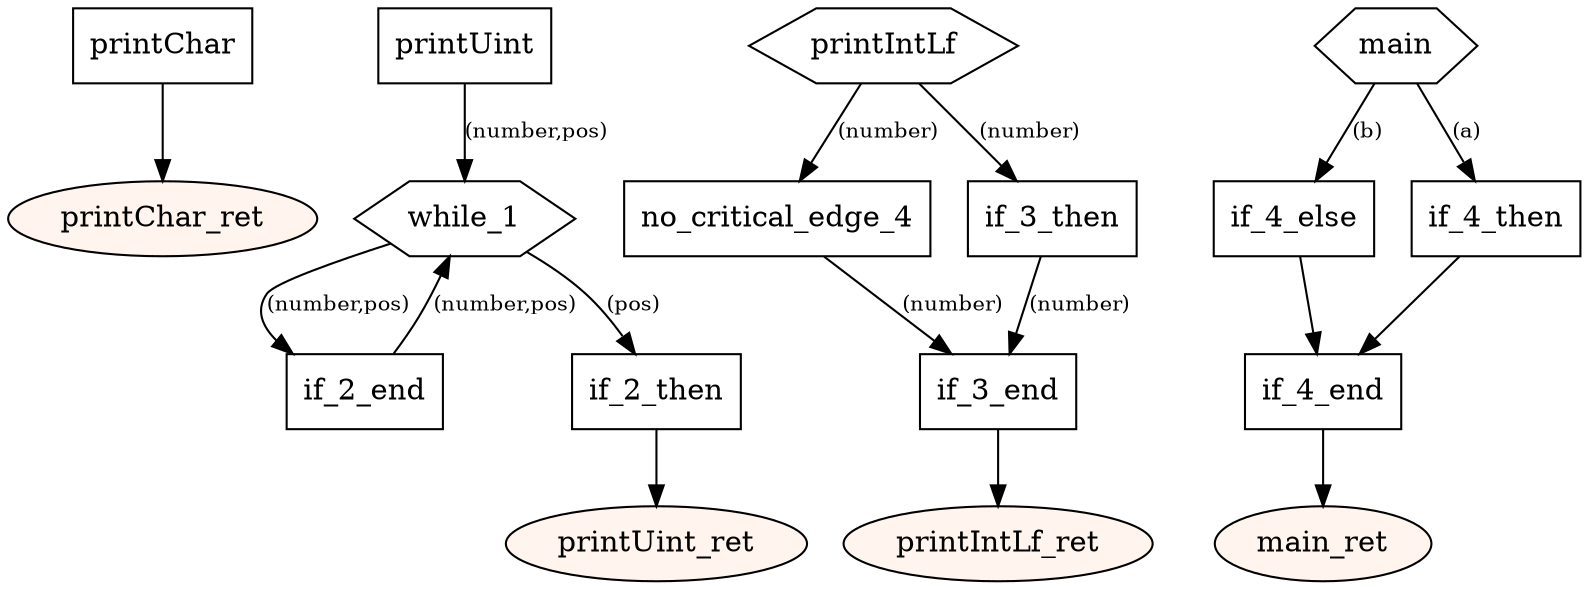
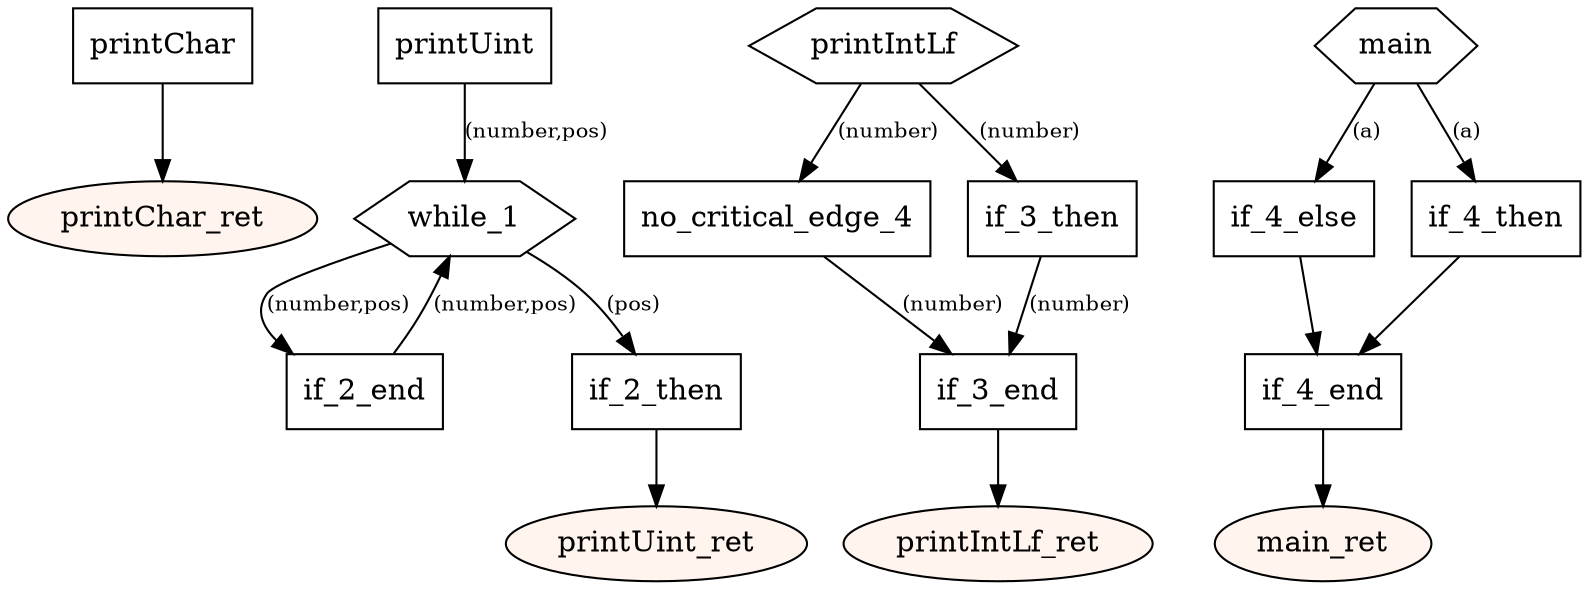
digraph program {
	edge[fontsize="10pt"];
	subgraph fn_printChar {
		BasicBlock_0_printChar [label="printChar",shape=box];
		BasicBlock_0_printChar -> BasicBlock_0_printChar_ret;
		BasicBlock_0_printChar_ret [label="printChar_ret",shape=oval,style=filled,fillcolor="#fff5ee"];
	}
	subgraph fn_printUint {
		BasicBlock_1_printUint [label="printUint",shape=box];
		BasicBlock_1_printUint -> BasicBlock_1_while_1 [label="(number,pos)"];
		BasicBlock_1_if_2_end [label="if_2_end",shape=box];
		BasicBlock_1_if_2_end -> BasicBlock_1_while_1 [label="(number,pos)"];
		BasicBlock_1_while_1 [label="while_1",shape=hexagon];
		BasicBlock_1_while_1 -> BasicBlock_1_if_2_end [label="(number,pos)"];
		BasicBlock_1_while_1 -> BasicBlock_1_if_2_then [label="(pos)"];
		BasicBlock_1_if_2_then [label="if_2_then",shape=box];
		BasicBlock_1_if_2_then -> BasicBlock_1_printUint_ret;
		BasicBlock_1_printUint_ret [label="printUint_ret",shape=oval,style=filled,fillcolor="#fff5ee"];
	}
	subgraph fn_printIntLf {
		BasicBlock_2_printIntLf [label="printIntLf",shape=hexagon];
		BasicBlock_2_printIntLf -> BasicBlock_2_no_critical_edge_4 [label="(number)"];
		BasicBlock_2_printIntLf -> BasicBlock_2_if_3_then [label="(number)"];
		BasicBlock_2_no_critical_edge_4 [label="no_critical_edge_4",shape=box];
		BasicBlock_2_no_critical_edge_4 -> BasicBlock_2_if_3_end [label="(number)"];
		BasicBlock_2_if_3_then [label="if_3_then",shape=box];
		BasicBlock_2_if_3_then -> BasicBlock_2_if_3_end [label="(number)"];
		BasicBlock_2_if_3_end [label="if_3_end",shape=box];
		BasicBlock_2_if_3_end -> BasicBlock_2_printIntLf_ret;
		BasicBlock_2_printIntLf_ret [label="printIntLf_ret",shape=oval,style=filled,fillcolor="#fff5ee"];
	}
	subgraph fn_main {
		BasicBlock_3_main [label="main",shape=hexagon];
- 		BasicBlock_3_main -> BasicBlock_3_if_4_else [label="(b)"];
+ 		BasicBlock_3_main -> BasicBlock_3_if_4_else [label="(a)"];
		BasicBlock_3_main -> BasicBlock_3_if_4_then [label="(a)"];
		BasicBlock_3_if_4_else [label="if_4_else",shape=box];
		BasicBlock_3_if_4_else -> BasicBlock_3_if_4_end;
		BasicBlock_3_if_4_then [label="if_4_then",shape=box];
		BasicBlock_3_if_4_then -> BasicBlock_3_if_4_end;
		BasicBlock_3_if_4_end [label="if_4_end",shape=box];
		BasicBlock_3_if_4_end -> BasicBlock_3_main_ret;
		BasicBlock_3_main_ret [label="main_ret",shape=oval,style=filled,fillcolor="#fff5ee"];
	}
}
